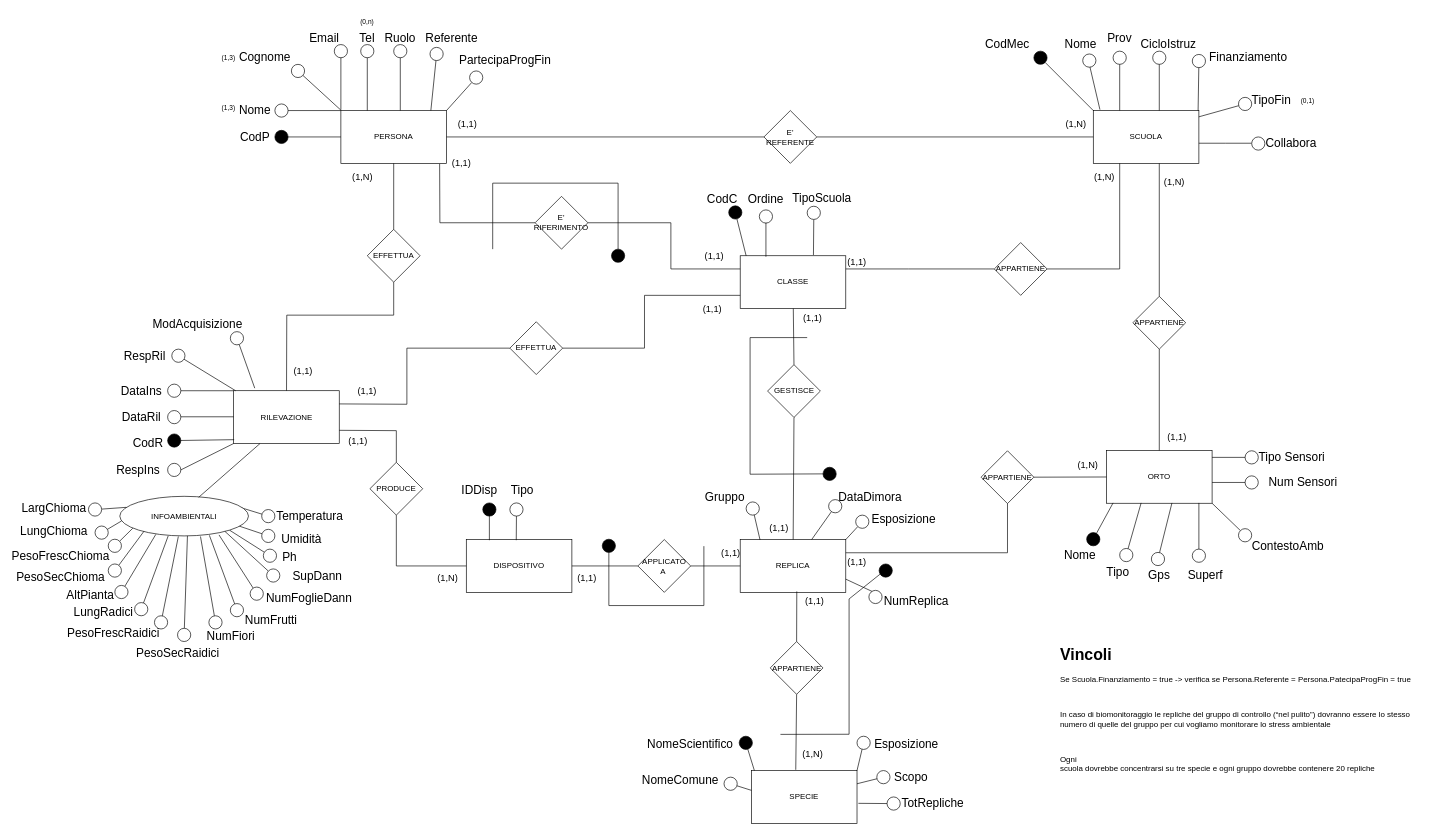
Earlier version of the draw.io diagram BD_ER_Massimo_2023.drawio (pizzo-kyle/unige). Source tidied: cells renumbered, new cells numbered last; positions are measured from the earlier drawing's top-left corner, leaving out a move shared by most shapes. Both pictures are drawn from the tidied source at 66%, with x=0, y=0 at pixel (38, 11).
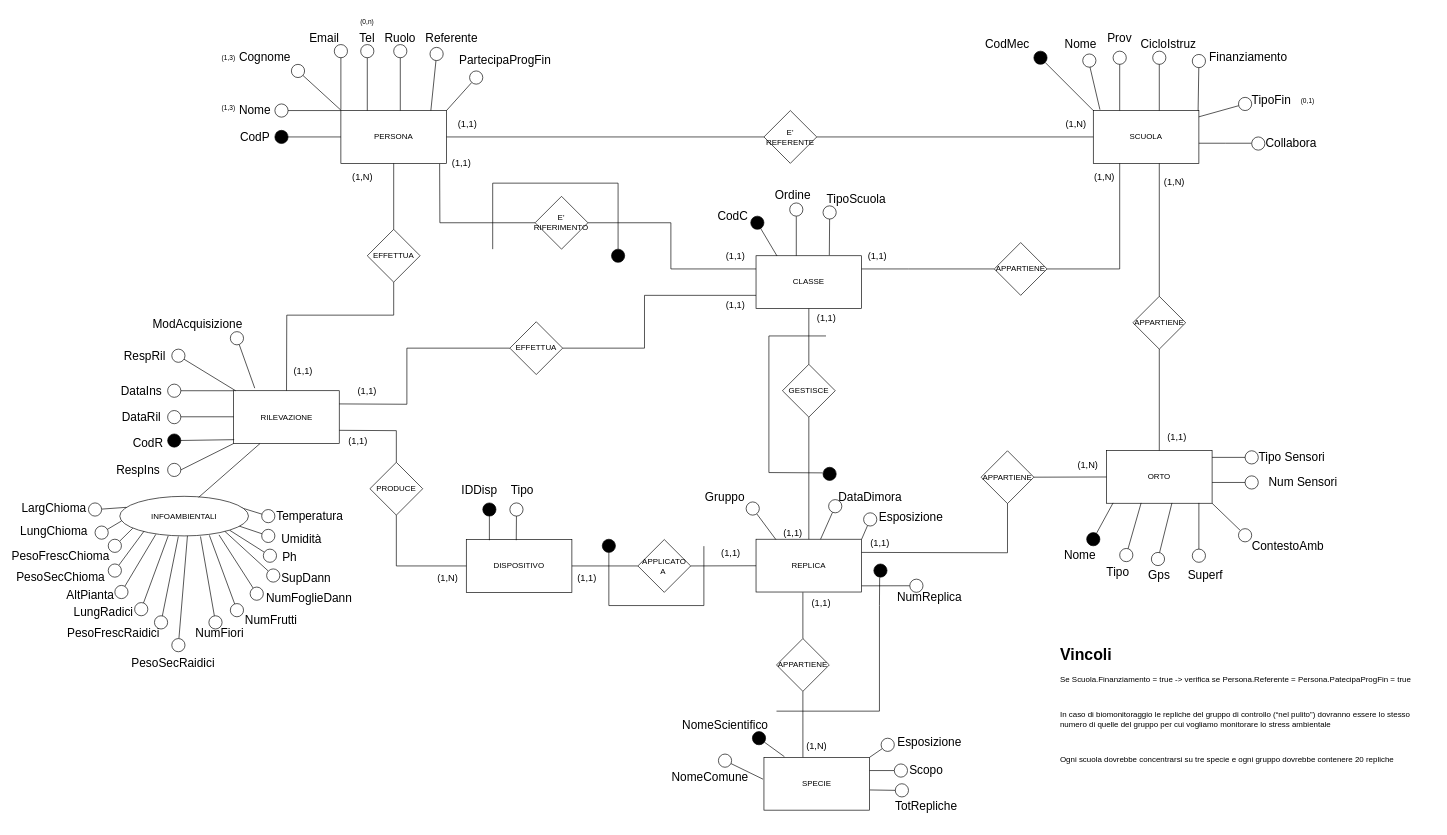
The same page after the edit.

The change refers to these unchanged cells:
```xml
<mxCell id="198" style="ellipse;whiteSpace=wrap;html=1;fillColor=#000000;direction=south;gradientColor=none;" parent="1" vertex="1">
  <mxGeometry x="1188.5" y="690.5" width="20" height="20" as="geometry" />
</mxCell>
```

Diff of the diagram source:
```diff
@@
     <mxCell id="5" value="CLASSE" style="rounded=0;whiteSpace=wrap;html=1;" parent="1" vertex="1">
-      <mxGeometry x="1063" y="370" width="160" height="80" as="geometry" />
+      <mxGeometry x="1087" y="370" width="160" height="80" as="geometry" />
     </mxCell>
@@
     <mxCell id="9" value="REPLICA" style="rounded=0;whiteSpace=wrap;html=1;" parent="1" vertex="1">
-      <mxGeometry x="1063" y="800" width="160" height="80" as="geometry" />
+      <mxGeometry x="1087" y="799.5" width="160" height="80" as="geometry" />
     </mxCell>
@@
     <mxCell id="49" value="&lt;font style=&quot;font-size: 18px;&quot;&gt;CodC&lt;/font&gt;" style="text;html=1;strokeColor=none;fillColor=none;align=center;verticalAlign=middle;whiteSpace=wrap;rounded=0;" parent="1" vertex="1">
-      <mxGeometry x="1005.6" y="272.4" width="60" height="24" as="geometry" />
+      <mxGeometry x="1021.5" y="298.5" width="60" height="24" as="geometry" />
     </mxCell>
-    <mxCell id="50" style="endArrow=none;html=1;rounded=0;" parent="1" edge="1" source="159">
-      <mxGeometry relative="1" as="geometry">
-        <mxPoint x="1102" y="311.5" as="targetPoint" />
-      </mxGeometry>
-    </mxCell>
     <mxCell id="51" style="endArrow=none;html=1;rounded=0;" parent="1" edge="1">
       <mxGeometry relative="1" as="geometry">
-        <mxPoint x="1102" y="371.5" as="sourcePoint" />
-        <mxPoint x="1102" y="315.5" as="targetPoint" />
+        <mxPoint x="1148" y="370" as="sourcePoint" />
+        <mxPoint x="1148" y="310" as="targetPoint" />
       </mxGeometry>
     </mxCell>
     <mxCell id="52" value="&lt;font style=&quot;font-size: 18px;&quot;&gt;Ordine&lt;/font&gt;" style="text;html=1;strokeColor=none;fillColor=none;align=center;verticalAlign=middle;whiteSpace=wrap;rounded=0;" parent="1" vertex="1">
-      <mxGeometry x="1072" y="268.5" width="60" height="30" as="geometry" />
+      <mxGeometry x="1113" y="264.4" width="60" height="30" as="geometry" />
     </mxCell>
-    <mxCell id="53" style="endArrow=none;html=1;rounded=0;" parent="1" edge="1" target="160">
-      <mxGeometry relative="1" as="geometry">
-        <mxPoint x="1174" y="369" as="sourcePoint" />
-      </mxGeometry>
+    <mxCell id="53" style="endArrow=none;html=1;rounded=0;exitX=0.694;exitY=-0.01;exitDx=0;exitDy=0;exitPerimeter=0;" parent="1" edge="1" source="5" target="160">
+      <mxGeometry relative="1" as="geometry" />
     </mxCell>
     <mxCell id="54" value="&lt;font style=&quot;font-size: 18px;&quot;&gt;TipoScuola&lt;/font&gt;" style="text;html=1;strokeColor=none;fillColor=none;align=center;verticalAlign=middle;whiteSpace=wrap;rounded=0;" parent="1" vertex="1">
-      <mxGeometry x="1157" y="268" width="60" height="30" as="geometry" />
+      <mxGeometry x="1208.5" y="269.4" width="60" height="30" as="geometry" />
     </mxCell>
-    <mxCell id="55" style="endArrow=none;html=1;rounded=0;exitX=0.034;exitY=-0.018;exitDx=0;exitDy=0;exitPerimeter=0;" parent="1" edge="1" target="56">
-      <mxGeometry relative="1" as="geometry">
-        <mxPoint x="1072" y="370" as="sourcePoint" />
-      </mxGeometry>
+    <mxCell id="55" style="endArrow=none;html=1;rounded=0;exitX=0.199;exitY=0.005;exitDx=0;exitDy=0;exitPerimeter=0;" parent="1" edge="1" source="5" target="56">
+      <mxGeometry relative="1" as="geometry" />
     </mxCell>
     <mxCell id="56" style="ellipse;whiteSpace=wrap;html=1;fillColor=#000000;" parent="1" vertex="1">
-      <mxGeometry x="1045.6" y="294.4" width="20" height="20" as="geometry" />
+      <mxGeometry x="1079" y="310" width="20" height="20" as="geometry" />
     </mxCell>
@@
-    <mxCell id="72" style="endArrow=none;html=1;rounded=0;entryX=1;entryY=0.75;entryDx=0;entryDy=0;" parent="1" edge="1" target="9">
-      <mxGeometry relative="1" as="geometry">
-        <mxPoint x="1266.9" y="880.5" as="sourcePoint" />
-      </mxGeometry>
+    <mxCell id="72" style="endArrow=none;html=1;rounded=0;exitX=0.5;exitY=1;exitDx=0;exitDy=0;entryX=1.001;entryY=0.883;entryDx=0;entryDy=0;entryPerimeter=0;" parent="1" edge="1" source="241" target="9">
+      <mxGeometry relative="1" as="geometry" />
     </mxCell>
     <mxCell id="73" value="&lt;span style=&quot;font-size: 18px;&quot;&gt;NumReplica&lt;/span&gt;" style="text;html=1;strokeColor=none;fillColor=none;align=center;verticalAlign=middle;whiteSpace=wrap;rounded=0;" parent="1" vertex="1">
-      <mxGeometry x="1300" y="878" width="60" height="30" as="geometry" />
+      <mxGeometry x="1320" y="872" width="60" height="30" as="geometry" />
     </mxCell>
@@
     <mxCell id="135" style="ellipse;whiteSpace=wrap;html=1;fillColor=#FFFFFF;direction=south;gradientColor=none;" parent="1" vertex="1">
-      <mxGeometry x="210.5" y="934.5" width="20" height="20" as="geometry" />
+      <mxGeometry x="201.8" y="950" width="20" height="20" as="geometry" />
     </mxCell>
@@
     <mxCell id="147" value="&lt;span style=&quot;font-family: Helvetica; font-size: 18px; font-style: normal; font-variant-ligatures: normal; font-variant-caps: normal; font-weight: 400; letter-spacing: normal; orphans: 2; text-align: center; text-indent: 0px; text-transform: none; widows: 2; word-spacing: 0px; -webkit-text-stroke-width: 0px; text-decoration-thickness: initial; text-decoration-style: initial; text-decoration-color: initial; float: none; display: inline !important;&quot;&gt;PesoSecRaidici&lt;/span&gt;" style="text;whiteSpace=wrap;html=1;" parent="1" vertex="1">
-      <mxGeometry x="145.5" y="954.5" width="132.5" height="30" as="geometry" />
+      <mxGeometry x="139.2" y="970" width="132.5" height="30" as="geometry" />
     </mxCell>
     <mxCell id="148" value="&lt;span style=&quot;font-family: Helvetica; font-size: 18px; font-style: normal; font-variant-ligatures: normal; font-variant-caps: normal; font-weight: 400; letter-spacing: normal; orphans: 2; text-align: center; text-indent: 0px; text-transform: none; widows: 2; word-spacing: 0px; -webkit-text-stroke-width: 0px; text-decoration-thickness: initial; text-decoration-style: initial; text-decoration-color: initial; float: none; display: inline !important;&quot;&gt;NumFiori&lt;/span&gt;" style="text;whiteSpace=wrap;html=1;" parent="1" vertex="1">
-      <mxGeometry x="253" y="929.5" width="85" height="30" as="geometry" />
+      <mxGeometry x="235.5" y="924.5" width="85" height="30" as="geometry" />
     </mxCell>
@@
     <mxCell id="151" value="&lt;span style=&quot;font-family: Helvetica; font-size: 18px; font-style: normal; font-variant-ligatures: normal; font-variant-caps: normal; font-weight: 400; letter-spacing: normal; orphans: 2; text-align: center; text-indent: 0px; text-transform: none; widows: 2; word-spacing: 0px; -webkit-text-stroke-width: 0px; text-decoration-thickness: initial; text-decoration-style: initial; text-decoration-color: initial; float: none; display: inline !important;&quot;&gt;SupDann&lt;/span&gt;" style="text;whiteSpace=wrap;html=1;" parent="1" vertex="1">
-      <mxGeometry x="383" y="838.5" width="90" height="30" as="geometry" />
+      <mxGeometry x="365.5" y="841.5" width="90" height="30" as="geometry" />
     </mxCell>
@@
-    <mxCell id="158" style="endArrow=none;html=1;rounded=0;" parent="1" edge="1" target="159">
-      <mxGeometry relative="1" as="geometry">
-        <mxPoint x="1102" y="315.5" as="sourcePoint" />
-      </mxGeometry>
-    </mxCell>
     <mxCell id="159" style="ellipse;whiteSpace=wrap;html=1;fillColor=#FFFFFF;direction=south;gradientColor=none;" parent="1" vertex="1">
-      <mxGeometry x="1092" y="300.5" width="20" height="20" as="geometry" />
+      <mxGeometry x="1138" y="290" width="20" height="20" as="geometry" />
     </mxCell>
     <mxCell id="160" style="ellipse;whiteSpace=wrap;html=1;fillColor=#FFFFFF;direction=south;gradientColor=none;" parent="1" vertex="1">
-      <mxGeometry x="1164.5" y="295" width="20" height="20" as="geometry" />
+      <mxGeometry x="1188.5" y="294.4" width="20" height="20" as="geometry" />
     </mxCell>
@@
     <mxCell id="172" value="&lt;font style=&quot;font-size: 14px;&quot;&gt;(1,1)&lt;/font&gt;" style="text;html=1;strokeColor=none;fillColor=none;align=center;verticalAlign=middle;whiteSpace=wrap;rounded=0;" parent="1" vertex="1">
-      <mxGeometry x="1217" y="370" width="46" height="20" as="geometry" />
+      <mxGeometry x="1247.5" y="360" width="46" height="20" as="geometry" />
     </mxCell>
@@
     <mxCell id="175" value="SPECIE" style="rounded=0;whiteSpace=wrap;html=1;" parent="1" vertex="1">
-      <mxGeometry x="1080" y="1150" width="160" height="80" as="geometry" />
+      <mxGeometry x="1099" y="1130" width="160" height="80" as="geometry" />
     </mxCell>
     <mxCell id="176" style="ellipse;whiteSpace=wrap;html=1;fillColor=#FFFFFF;direction=south;gradientColor=none;" parent="1" vertex="1">
-      <mxGeometry x="1285.5" y="1190" width="20" height="20" as="geometry" />
+      <mxGeometry x="1298" y="1170" width="20" height="20" as="geometry" />
     </mxCell>
     <mxCell id="177" value="&lt;span style=&quot;font-size: 18px;&quot;&gt;Scopo&lt;/span&gt;" style="text;html=1;strokeColor=none;fillColor=none;align=center;verticalAlign=middle;whiteSpace=wrap;rounded=0;" parent="1" vertex="1">
-      <mxGeometry x="1296.5" y="1145" width="50" height="30" as="geometry" />
+      <mxGeometry x="1320" y="1135" width="50" height="30" as="geometry" />
     </mxCell>
-    <mxCell id="178" style="endArrow=none;html=1;rounded=0;" parent="1" edge="1" source="185">
-      <mxGeometry relative="1" as="geometry">
-        <mxPoint x="1084.5" y="1150" as="targetPoint" />
-      </mxGeometry>
+    <mxCell id="178" style="endArrow=none;html=1;rounded=0;entryX=0.194;entryY=-0.012;entryDx=0;entryDy=0;entryPerimeter=0;" parent="1" edge="1" source="185" target="175">
+      <mxGeometry relative="1" as="geometry" />
     </mxCell>
@@
     <mxCell id="180" style="ellipse;whiteSpace=wrap;html=1;fillColor=#FFFFFF;direction=south;gradientColor=none;" parent="1" vertex="1">
-      <mxGeometry x="1240" y="1098" width="20" height="20" as="geometry" />
+      <mxGeometry x="1276.5" y="1101" width="20" height="20" as="geometry" />
     </mxCell>
@@
     <mxCell id="182" style="ellipse;whiteSpace=wrap;html=1;fillColor=#FFFFFF;direction=south;gradientColor=none;" parent="1" vertex="1">
-      <mxGeometry x="1270" y="1150" width="20" height="20" as="geometry" />
+      <mxGeometry x="1296.5" y="1140" width="20" height="20" as="geometry" />
     </mxCell>
-    <mxCell id="183" style="endArrow=none;html=1;rounded=0;exitX=1.013;exitY=0.621;exitDx=0;exitDy=0;exitPerimeter=0;" parent="1" edge="1" source="175">
+    <mxCell id="183" style="endArrow=none;html=1;rounded=0;exitX=1.004;exitY=0.605;exitDx=0;exitDy=0;exitPerimeter=0;entryX=0.5;entryY=1;entryDx=0;entryDy=0;" parent="1" edge="1" target="176">
       <mxGeometry relative="1" as="geometry">
-        <mxPoint x="1285.5" y="1200" as="targetPoint" />
+        <mxPoint x="1259.6" y="1179.4" as="sourcePoint" />
       </mxGeometry>
     </mxCell>
-    <mxCell id="184" style="endArrow=none;html=1;rounded=0;" parent="1" edge="1" source="191">
-      <mxGeometry relative="1" as="geometry">
-        <mxPoint x="1080" y="1180" as="targetPoint" />
-      </mxGeometry>
+    <mxCell id="184" style="endArrow=none;html=1;rounded=0;entryX=-0.009;entryY=0.413;entryDx=0;entryDy=0;entryPerimeter=0;" parent="1" edge="1" source="191" target="175">
+      <mxGeometry relative="1" as="geometry" />
     </mxCell>
     <mxCell id="185" style="ellipse;whiteSpace=wrap;html=1;fillColor=#000000;direction=south;gradientColor=none;" parent="1" vertex="1">
-      <mxGeometry x="1061.5" y="1098" width="20" height="20" as="geometry" />
+      <mxGeometry x="1081.5" y="1091" width="20" height="20" as="geometry" />
     </mxCell>
     <mxCell id="186" value="&lt;span style=&quot;font-size: 18px;&quot;&gt;NomeComune&lt;/span&gt;" style="text;html=1;strokeColor=none;fillColor=none;align=center;verticalAlign=middle;whiteSpace=wrap;rounded=0;" parent="1" vertex="1">
-      <mxGeometry x="940" y="1150" width="65" height="30" as="geometry" />
+      <mxGeometry x="985" y="1145" width="65" height="30" as="geometry" />
     </mxCell>
     <mxCell id="187" value="&lt;span style=&quot;font-size: 18px;&quot;&gt;NomeScientifico&lt;/span&gt;" style="text;html=1;strokeColor=none;fillColor=none;align=center;verticalAlign=middle;whiteSpace=wrap;rounded=0;" parent="1" vertex="1">
-      <mxGeometry x="954.5" y="1096" width="65" height="30" as="geometry" />
+      <mxGeometry x="1007.5" y="1066" width="65" height="30" as="geometry" />
     </mxCell>
     <mxCell id="188" value="&lt;span style=&quot;font-size: 18px;&quot;&gt;TotRepliche&lt;/span&gt;" style="text;html=1;strokeColor=none;fillColor=none;align=center;verticalAlign=middle;whiteSpace=wrap;rounded=0;" parent="1" vertex="1">
-      <mxGeometry x="1330" y="1185" width="50" height="30" as="geometry" />
+      <mxGeometry x="1320" y="1190" width="50" height="30" as="geometry" />
     </mxCell>
@@
     <mxCell id="190" value="&lt;font style=&quot;font-size: 14px;&quot;&gt;(1,1)&lt;/font&gt;" style="text;html=1;strokeColor=none;fillColor=none;align=center;verticalAlign=middle;whiteSpace=wrap;rounded=0;" parent="1" vertex="1">
-      <mxGeometry x="1001" y="360" width="46" height="20" as="geometry" />
+      <mxGeometry x="1033" y="360" width="46" height="20" as="geometry" />
     </mxCell>
     <mxCell id="191" style="ellipse;whiteSpace=wrap;html=1;fillColor=#FFFFFF;direction=south;gradientColor=none;" parent="1" vertex="1">
-      <mxGeometry x="1038.5" y="1160" width="20" height="20" as="geometry" />
+      <mxGeometry x="1030" y="1125" width="20" height="20" as="geometry" />
     </mxCell>
     <mxCell id="192" value="&lt;span style=&quot;font-size: 18px;&quot;&gt;Esposizione&lt;/span&gt;" style="text;html=1;strokeColor=none;fillColor=none;align=center;verticalAlign=middle;whiteSpace=wrap;rounded=0;" parent="1" vertex="1">
-      <mxGeometry x="1290" y="1096" width="50" height="30" as="geometry" />
+      <mxGeometry x="1325" y="1093" width="50" height="30" as="geometry" />
     </mxCell>
     <mxCell id="193" value="GESTISCE" style="rhombus;whiteSpace=wrap;html=1;" parent="1" vertex="1">
-      <mxGeometry x="1104.5" y="535" width="80" height="80" as="geometry" />
+      <mxGeometry x="1127" y="534.5" width="80" height="80" as="geometry" />
     </mxCell>
@@
     <mxCell id="196" value="&lt;font style=&quot;font-size: 14px;&quot;&gt;(1,1)&lt;/font&gt;" style="text;html=1;strokeColor=none;fillColor=none;align=center;verticalAlign=middle;whiteSpace=wrap;rounded=0;" parent="1" vertex="1">
-      <mxGeometry x="1149.5" y="454" width="46" height="20" as="geometry" />
+      <mxGeometry x="1171" y="454" width="46" height="20" as="geometry" />
     </mxCell>
     <mxCell id="197" value="&lt;font style=&quot;font-size: 14px;&quot;&gt;(1,1)&lt;/font&gt;" style="text;html=1;strokeColor=none;fillColor=none;align=center;verticalAlign=middle;whiteSpace=wrap;rounded=0;" parent="1" vertex="1">
-      <mxGeometry x="1099" y="773" width="46" height="20" as="geometry" />
+      <mxGeometry x="1120" y="779.5" width="46" height="20" as="geometry" />
     </mxCell>
@@
     <mxCell id="211" value="APPARTIENE" style="rhombus;whiteSpace=wrap;html=1;" parent="1" vertex="1">
-      <mxGeometry x="1108.5" y="954.5" width="80" height="80" as="geometry" />
+      <mxGeometry x="1118" y="950" width="80" height="80" as="geometry" />
     </mxCell>
-    <mxCell id="212" style="endArrow=none;html=1;rounded=0;exitX=0.5;exitY=0;exitDx=0;exitDy=0;entryX=0.536;entryY=0.983;entryDx=0;entryDy=0;entryPerimeter=0;" parent="1" edge="1" source="211" target="9">
-      <mxGeometry relative="1" as="geometry" />
+    <mxCell id="212" style="endArrow=none;html=1;rounded=0;exitX=0.5;exitY=0;exitDx=0;exitDy=0;" parent="1" edge="1" source="211">
+      <mxGeometry relative="1" as="geometry">
+        <mxPoint x="1158" y="880" as="targetPoint" />
+      </mxGeometry>
     </mxCell>
-    <mxCell id="213" style="endArrow=none;html=1;rounded=0;exitX=0.5;exitY=1;exitDx=0;exitDy=0;entryX=0.42;entryY=-0.014;entryDx=0;entryDy=0;entryPerimeter=0;" parent="1" edge="1" source="211" target="175">
+    <mxCell id="213" style="endArrow=none;html=1;rounded=0;entryX=0.369;entryY=-0.003;entryDx=0;entryDy=0;exitX=0.5;exitY=1;exitDx=0;exitDy=0;entryPerimeter=0;" parent="1" edge="1" source="211" target="175">
       <mxGeometry relative="1" as="geometry" />
     </mxCell>
     <mxCell id="214" value="&lt;font style=&quot;font-size: 14px;&quot;&gt;(1,N)&lt;/font&gt;" style="text;html=1;strokeColor=none;fillColor=none;align=center;verticalAlign=middle;whiteSpace=wrap;rounded=0;" parent="1" vertex="1">
-      <mxGeometry x="1149.5" y="1115" width="46" height="20" as="geometry" />
+      <mxGeometry x="1156" y="1103" width="46" height="20" as="geometry" />
     </mxCell>
     <mxCell id="215" value="&lt;font style=&quot;font-size: 14px;&quot;&gt;(1,1)&lt;/font&gt;" style="text;html=1;strokeColor=none;fillColor=none;align=center;verticalAlign=middle;whiteSpace=wrap;rounded=0;" parent="1" vertex="1">
-      <mxGeometry x="1153" y="883" width="46" height="20" as="geometry" />
+      <mxGeometry x="1162.5" y="885.5" width="46" height="20" as="geometry" />
     </mxCell>
     <mxCell id="216" style="ellipse;whiteSpace=wrap;html=1;fillColor=#000000;direction=south;gradientColor=none;" parent="1" vertex="1">
-      <mxGeometry x="1273.5" y="837" width="20" height="20" as="geometry" />
+      <mxGeometry x="1265.5" y="837" width="20" height="20" as="geometry" />
     </mxCell>
@@
     <mxCell id="218" style="ellipse;whiteSpace=wrap;html=1;fillColor=#FFFFFF;direction=south;gradientColor=none;" parent="1" vertex="1">
-      <mxGeometry x="1238" y="763" width="20" height="20" as="geometry" />
+      <mxGeometry x="1250" y="759.5" width="20" height="20" as="geometry" />
     </mxCell>
     <mxCell id="219" value="&lt;span style=&quot;font-size: 18px;&quot;&gt;Esposizione&lt;/span&gt;" style="text;html=1;strokeColor=none;fillColor=none;align=center;verticalAlign=middle;whiteSpace=wrap;rounded=0;" parent="1" vertex="1">
-      <mxGeometry x="1285.5" y="754.5" width="50" height="30" as="geometry" />
+      <mxGeometry x="1296.5" y="750.5" width="50" height="30" as="geometry" />
     </mxCell>
@@
     <mxCell id="234" value="&lt;font style=&quot;font-size: 14px;&quot;&gt;(1,1)&lt;/font&gt;" style="text;html=1;strokeColor=none;fillColor=none;align=center;verticalAlign=middle;whiteSpace=wrap;rounded=0;" parent="1" vertex="1">
-      <mxGeometry x="998" y="440" width="46" height="20" as="geometry" />
+      <mxGeometry x="1033" y="434" width="46" height="20" as="geometry" />
     </mxCell>
@@
     <mxCell id="241" style="ellipse;whiteSpace=wrap;html=1;fillColor=#FFFFFF;direction=south;gradientColor=none;" parent="1" vertex="1">
-      <mxGeometry x="1258" y="877" width="20" height="20" as="geometry" />
+      <mxGeometry x="1320" y="860" width="20" height="20" as="geometry" />
     </mxCell>
@@
     <mxCell id="248" value="&lt;font style=&quot;font-size: 14px;&quot;&gt;(1,1)&lt;/font&gt;" style="text;html=1;strokeColor=none;fillColor=none;align=center;verticalAlign=middle;whiteSpace=wrap;rounded=0;" parent="1" vertex="1">
-      <mxGeometry x="1217" y="823.5" width="46" height="20" as="geometry" />
+      <mxGeometry x="1252" y="794.5" width="46" height="20" as="geometry" />
     </mxCell>
@@
-    <mxCell id="250" style="endArrow=none;html=1;rounded=0;exitX=0.5;exitY=1;exitDx=0;exitDy=0;" parent="1" edge="1" source="198">
+    <mxCell id="250" style="endArrow=none;html=1;rounded=0;" parent="1" edge="1">
       <mxGeometry relative="1" as="geometry">
-        <mxPoint x="1164.5" y="494" as="targetPoint" />
+        <mxPoint x="1188" y="699" as="sourcePoint" />
+        <mxPoint x="1193" y="491.5" as="targetPoint" />
         <Array as="points">
-          <mxPoint x="1078" y="701" />
-          <mxPoint x="1078" y="494" />
+          <mxPoint x="1106.5" y="698.5" />
+          <mxPoint x="1106.5" y="491.5" />
         </Array>
       </mxGeometry>
     </mxCell>
@@
-    <mxCell id="252" style="endArrow=none;html=1;rounded=0;" parent="1" edge="1">
+    <mxCell id="252" style="endArrow=none;html=1;rounded=0;entryX=1.012;entryY=0.56;entryDx=0;entryDy=0;entryPerimeter=0;" parent="1" edge="1" target="216">
       <mxGeometry relative="1" as="geometry">
-        <mxPoint x="1124" y="1095.2" as="sourcePoint" />
-        <mxPoint x="1278" y="850" as="targetPoint" />
+        <mxPoint x="1118" y="1060" as="sourcePoint" />
         <Array as="points">
-          <mxPoint x="1228" y="1095" />
-          <mxPoint x="1228" y="890" />
+          <mxPoint x="1274" y="1060" />
+          <mxPoint x="1274" y="900" />
         </Array>
       </mxGeometry>
     </mxCell>
@@
-    <mxCell id="254" value="&lt;h1&gt;Vincoli&lt;/h1&gt;&lt;p&gt;Se Scuola.Finanziamento = true -&amp;gt; verifica se Persona.Referente = Persona.PatecipaProgFin = true&lt;/p&gt;&lt;p&gt;&lt;br&gt;&lt;/p&gt;&lt;p&gt;In caso di biomonitoraggio le repliche del gruppo di controllo (“nel pulito”) dovranno essere lo stesso&lt;br&gt;numero di quelle del gruppo per cui vogliamo monitorare lo stress ambientale&lt;br&gt;&lt;/p&gt;&lt;p&gt;&lt;br&gt;&lt;/p&gt;&lt;p&gt;Ogni&lt;br/&gt;scuola dovrebbe concentrarsi su tre specie e ogni gruppo dovrebbe contenere 20 repliche&lt;br&gt;&lt;/p&gt;&lt;p&gt;&lt;br&gt;&lt;/p&gt;&lt;p&gt;&lt;br&gt;&lt;/p&gt;" style="text;html=1;strokeColor=none;fillColor=none;spacing=5;spacingTop=-20;whiteSpace=wrap;overflow=hidden;rounded=0;" parent="1" vertex="1">
+    <mxCell id="254" value="&lt;h1&gt;&lt;span style=&quot;&quot;&gt;Vincoli&lt;/span&gt;&lt;/h1&gt;&lt;p&gt;&lt;span style=&quot;&quot;&gt;Se Scuola.Finanziamento = true -&amp;gt; verifica se Persona.Referente = Persona.PatecipaProgFin = true&lt;/span&gt;&lt;/p&gt;&lt;p&gt;&lt;span style=&quot;&quot;&gt;&lt;br&gt;&lt;/span&gt;&lt;/p&gt;&lt;p&gt;&lt;span style=&quot;&quot;&gt;In caso di biomonitoraggio le repliche del gruppo di controllo (“nel pulito”) dovranno essere lo stesso&lt;br&gt;numero di quelle del gruppo per cui vogliamo monitorare lo stress ambientale&lt;br&gt;&lt;/span&gt;&lt;/p&gt;&lt;p&gt;&lt;span style=&quot;&quot;&gt;&lt;br&gt;&lt;/span&gt;&lt;/p&gt;&lt;p&gt;&lt;span style=&quot;&quot;&gt;Ogni scuola dovrebbe concentrarsi su tre specie e ogni gruppo dovrebbe contenere 20 repliche&lt;br&gt;&lt;/span&gt;&lt;/p&gt;&lt;p&gt;&lt;span style=&quot;&quot;&gt;&lt;br&gt;&lt;/span&gt;&lt;/p&gt;&lt;p&gt;&lt;br&gt;&lt;/p&gt;" style="text;html=1;spacing=5;spacingTop=-20;whiteSpace=wrap;overflow=hidden;rounded=0;labelBackgroundColor=#FFFFFF;" parent="1" vertex="1">
       <mxGeometry x="1543" y="954.5" width="575" height="225.5" as="geometry" />
     </mxCell>
```
